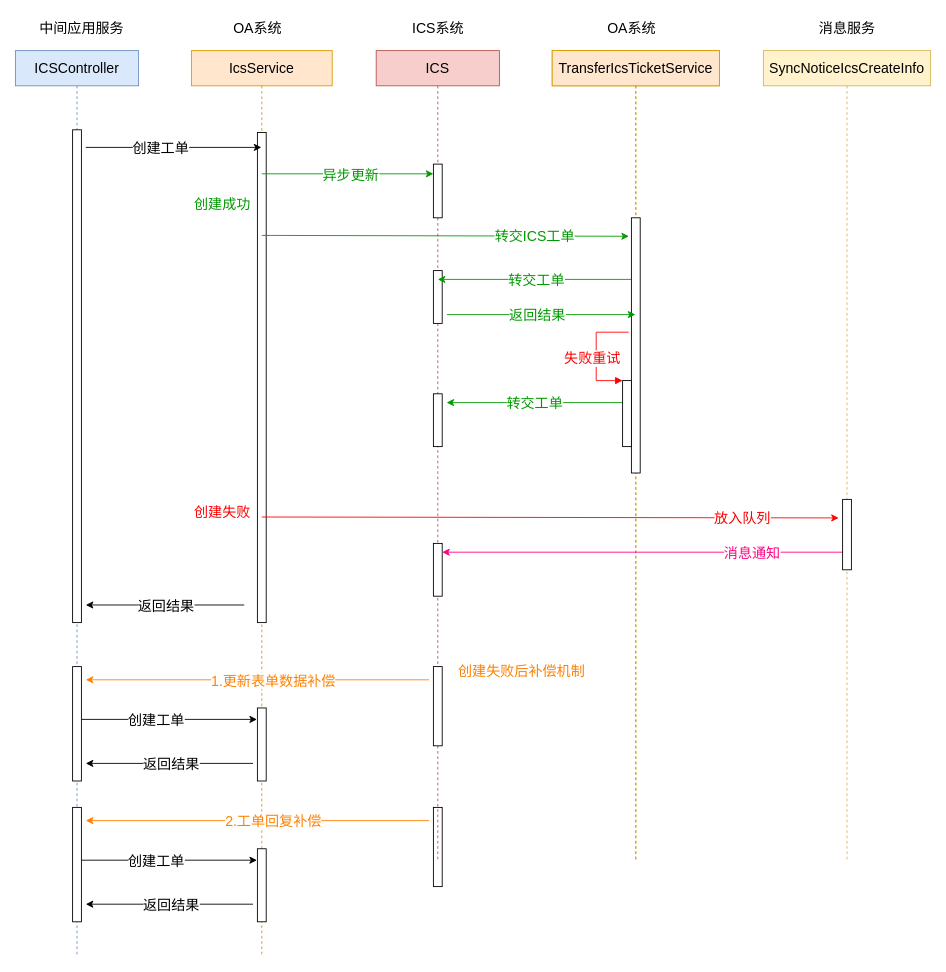
The draw.io diagram page "ICS工单创建" (1 of 5) of work/工单系统业务交互.drawio in itzhanglg/technology-image, before the edit. Source tidied: cells renumbered, new cells numbered last; positions are measured from the earlier drawing's top-left corner, leaving out a move shared by most shapes. Both pictures are drawn from the tidied source at 88%, with x=0, y=0 at pixel (15, 15).
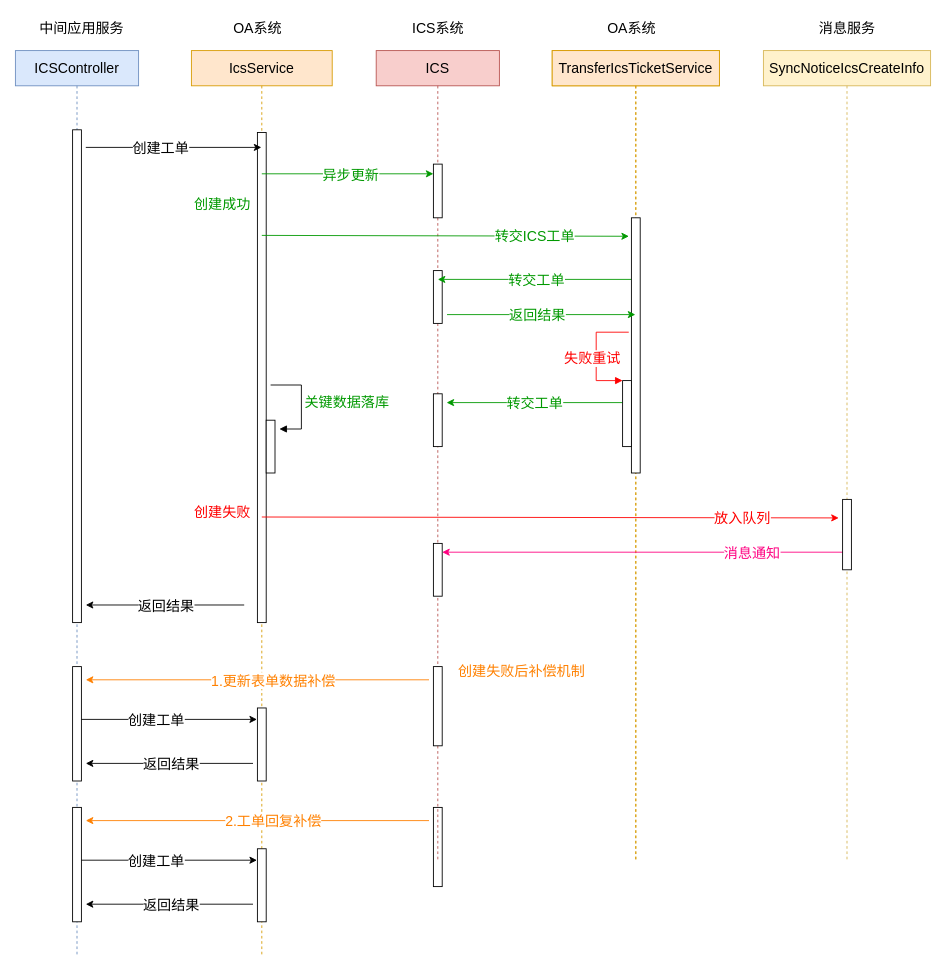
The same page after the edit.

Diff of the diagram source:
```diff
@@
+    <mxCell id="62" style="html=1;perimeter=orthogonalPerimeter;fontSize=16;" parent="1" vertex="1">
+      <mxGeometry x="285" y="460" width="10" height="60" as="geometry" />
+    </mxCell>
+    <mxCell id="63" value="&lt;font color=&quot;#009900&quot;&gt;关键数据落库&lt;/font&gt;" style="edgeStyle=orthogonalEdgeStyle;html=1;align=left;spacingLeft=2;endArrow=block;rounded=0;entryX=1;entryY=0;strokeColor=#000000;fontSize=16;fontColor=#000000;" parent="1" edge="1">
+      <mxGeometry relative="1" as="geometry">
+        <mxPoint x="290" y="420" as="sourcePoint" />
+        <mxPoint x="300" y="470" as="targetPoint" />
+        <Array as="points">
+          <mxPoint x="295" y="420" />
+          <mxPoint x="325" y="420" />
+          <mxPoint x="325" y="470" />
+        </Array>
+      </mxGeometry>
+    </mxCell>
```
